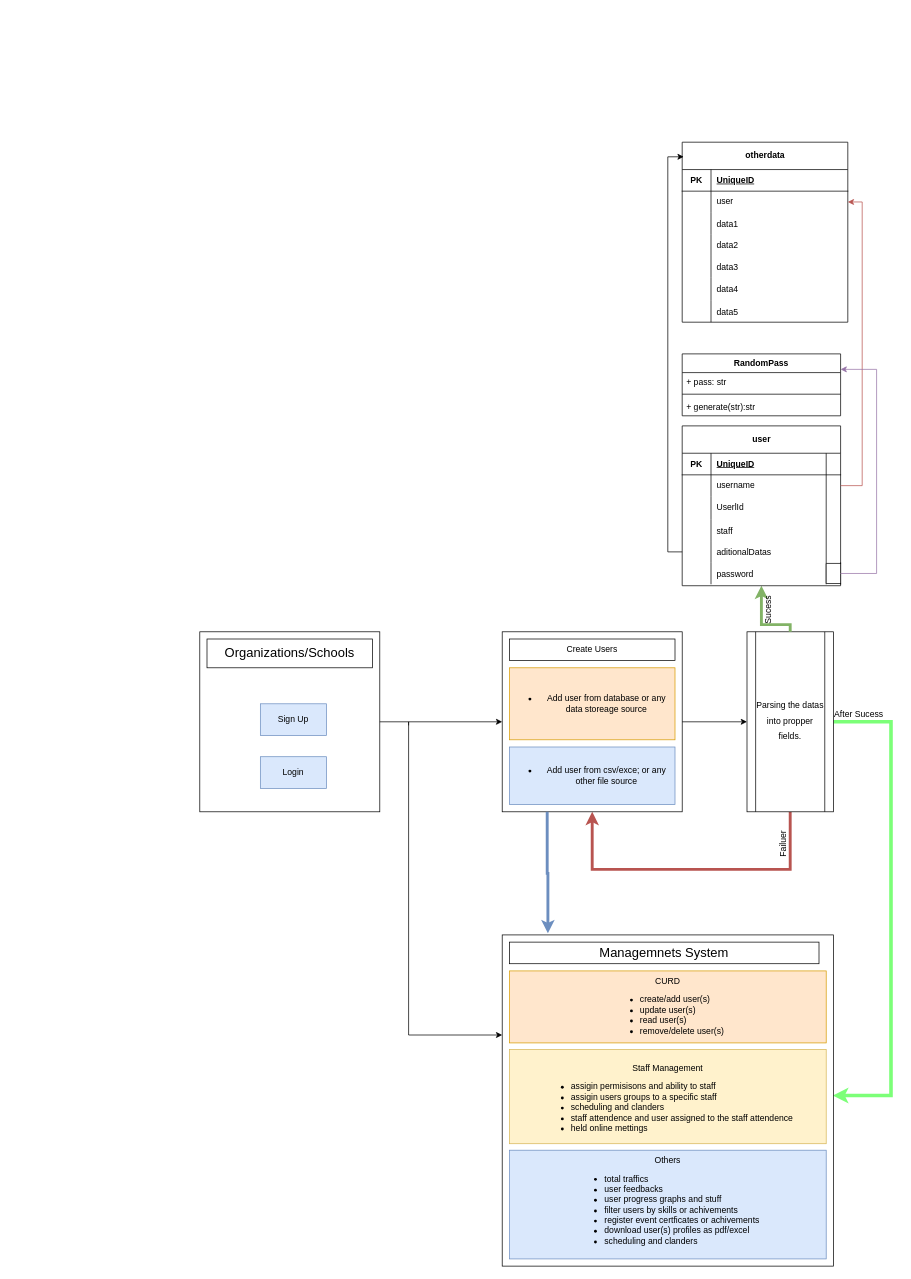
The draw.io diagram design_images/Untitled Diagram.drawio in leyuskckiran1510/SMFS, before the edit. Source tidied: cells renumbered, new cells numbered last; positions are measured from the earlier drawing's top-left corner, leaving out a move shared by most shapes. Both pictures are drawn from the tidied source at 72%, with x=0, y=0 at pixel (199, 142).
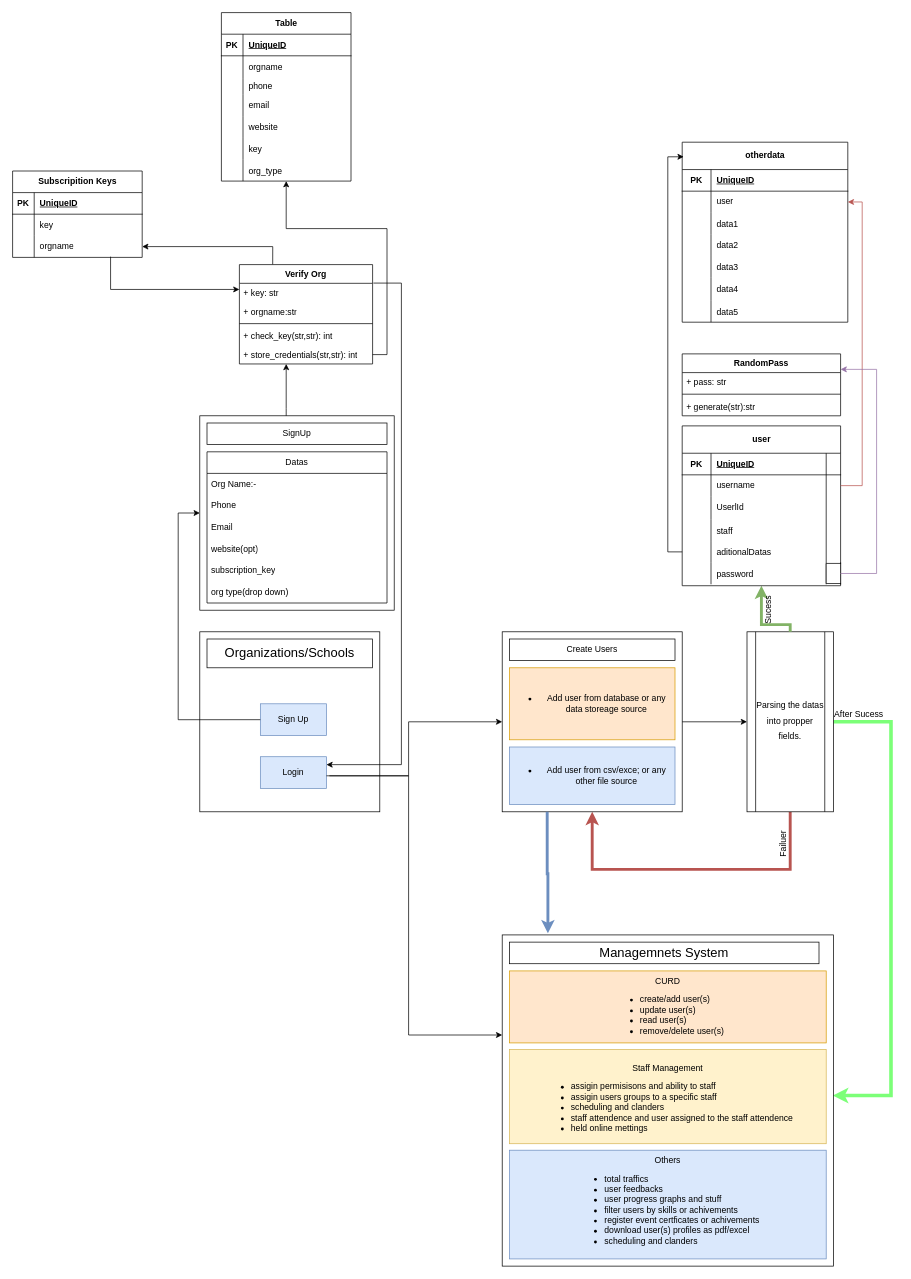
After the change.

The change refers to these unchanged cells:
```xml
<mxCell id="3" value="&lt;font style=&quot;font-size: 20px;&quot;&gt;&lt;br&gt;&lt;/font&gt;" style="whiteSpace=wrap;html=1;" parent="2" vertex="1">
  <mxGeometry width="250" height="250" as="geometry" />
</mxCell>
<mxCell id="5" value="Login" style="rounded=0;whiteSpace=wrap;html=1;fillColor=#dae8fc;strokeColor=#6c8ebf;" parent="4" vertex="1">
  <mxGeometry y="73.5" width="91.8" height="44.1" as="geometry" />
</mxCell>
<mxCell id="6" value="Sign Up" style="rounded=0;whiteSpace=wrap;html=1;fillColor=#dae8fc;strokeColor=#6c8ebf;" parent="4" vertex="1">
  <mxGeometry width="91.8" height="44.1" as="geometry" />
</mxCell>
<mxCell id="12" value="&lt;br&gt;" style="whiteSpace=wrap;html=1;" parent="11" vertex="1">
  <mxGeometry width="250" height="250" as="geometry" />
</mxCell>
<mxCell id="73" value="&lt;br&gt;" style="whiteSpace=wrap;html=1;" parent="72" vertex="1">
  <mxGeometry width="460" height="460" as="geometry" />
</mxCell>
```

The edit, as a diff of the source:
```diff
@@
-    <mxCell id="70" style="edgeStyle=orthogonalEdgeStyle;rounded=0;jettySize=auto;html=1;entryX=0;entryY=0.5;entryDx=0;entryDy=0;" parent="1" edge="1" target="12">
+    <mxCell id="70" style="edgeStyle=orthogonalEdgeStyle;rounded=0;jettySize=auto;html=1;entryX=0;entryY=0.5;entryDx=0;entryDy=0;" parent="1" edge="1" source="5" target="12">
       <mxGeometry relative="1" as="geometry">
-        <mxPoint x="290" y="810" as="sourcePoint" />
         <Array as="points">
+          <mxPoint x="290" y="880" />
           <mxPoint x="290" y="805" />
         </Array>
       </mxGeometry>
     </mxCell>
-    <mxCell id="71" style="edgeStyle=orthogonalEdgeStyle;rounded=0;jettySize=auto;html=1;" parent="1" edge="1" source="3">
+    <mxCell id="71" style="edgeStyle=orthogonalEdgeStyle;rounded=0;orthogonalLoop=1;jettySize=auto;html=1;" parent="1" edge="1">
       <mxGeometry relative="1" as="geometry">
+        <mxPoint x="180" y="880" as="sourcePoint" />
         <mxPoint x="420" y="1240" as="targetPoint" />
         <Array as="points">
-          <mxPoint x="290" y="805" />
+          <mxPoint x="290" y="880" />
           <mxPoint x="290" y="1240" />
         </Array>
       </mxGeometry>
     </mxCell>
@@
     <mxCell id="80" style="edgeStyle=orthogonalEdgeStyle;rounded=0;jettySize=auto;html=1;exitX=0.25;exitY=1;exitDx=0;exitDy=0;entryX=0.138;entryY=-0.005;entryDx=0;entryDy=0;entryPerimeter=0;strokeWidth=4;fillColor=#dae8fc;strokeColor=#6c8ebf;" parent="1" edge="1" source="12" target="73">
-      <mxGeometry relative="1" as="geometry" />
+      <mxGeometry relative="1" as="geometry">
+        <Array as="points">
+          <mxPoint x="483" y="1016" />
+          <mxPoint x="484" y="1016" />
+        </Array>
+      </mxGeometry>
     </mxCell>
+    <mxCell id="81" style="group;" parent="1" vertex="1">
+      <mxGeometry y="380" width="270" height="270" as="geometry" />
+    </mxCell>
+    <mxCell id="82" value="&lt;br&gt;" style="whiteSpace=wrap;html=1;" parent="81" vertex="1">
+      <mxGeometry width="270" height="270" as="geometry" />
+    </mxCell>
+    <mxCell id="83" value="SignUp" style="rounded=0;whiteSpace=wrap;html=1;" parent="81" vertex="1">
+      <mxGeometry x="10" y="10" width="250" height="30" as="geometry" />
+    </mxCell>
+    <mxCell id="84" style="edgeStyle=orthogonalEdgeStyle;rounded=0;orthogonalLoop=1;jettySize=auto;html=1;exitX=0.5;exitY=1;exitDx=0;exitDy=0;" parent="81" edge="1" source="83" target="83">
+      <mxGeometry relative="1" as="geometry" />
+    </mxCell>
+    <mxCell id="85" value="Datas" style="swimlane;fontStyle=0;horizontal=1;startSize=30;whiteSpace=wrap;html=1;" parent="81" vertex="1">
+      <mxGeometry x="10" y="50" width="250" height="210" as="geometry" />
+    </mxCell>
+    <mxCell id="86" value="Org Name:-" style="text;strokeColor=none;fillColor=none;align=left;verticalAlign=middle;spacingLeft=4;spacingRight=4;overflow=hidden;whiteSpace=wrap;html=1;" parent="85" vertex="1">
+      <mxGeometry y="30" width="250" height="30" as="geometry" />
+    </mxCell>
+    <mxCell id="87" value="Phone" style="text;strokeColor=none;fillColor=none;align=left;verticalAlign=middle;spacingLeft=4;spacingRight=4;overflow=hidden;whiteSpace=wrap;html=1;" parent="85" vertex="1">
+      <mxGeometry y="60" width="250" height="30" as="geometry" />
+    </mxCell>
+    <mxCell id="88" value="Email" style="text;strokeColor=none;fillColor=none;align=left;verticalAlign=middle;spacingLeft=4;spacingRight=4;overflow=hidden;whiteSpace=wrap;html=1;" parent="85" vertex="1">
+      <mxGeometry y="90" width="250" height="30" as="geometry" />
+    </mxCell>
+    <mxCell id="89" value="website(opt)" style="text;strokeColor=none;fillColor=none;align=left;verticalAlign=middle;spacingLeft=4;spacingRight=4;overflow=hidden;whiteSpace=wrap;html=1;" parent="85" vertex="1">
+      <mxGeometry y="120" width="250" height="30" as="geometry" />
+    </mxCell>
+    <mxCell id="90" value="subscription_key" style="text;strokeColor=none;fillColor=none;align=left;verticalAlign=middle;spacingLeft=4;spacingRight=4;overflow=hidden;whiteSpace=wrap;html=1;" parent="85" vertex="1">
+      <mxGeometry y="150" width="250" height="30" as="geometry" />
+    </mxCell>
+    <mxCell id="91" value="org type(drop down)" style="text;strokeColor=none;fillColor=none;align=left;verticalAlign=middle;spacingLeft=4;spacingRight=4;overflow=hidden;whiteSpace=wrap;html=1;" parent="85" vertex="1">
+      <mxGeometry y="180" width="250" height="30" as="geometry" />
+    </mxCell>
+    <mxCell id="92" style="edgeStyle=orthogonalEdgeStyle;rounded=0;jettySize=auto;html=1;exitX=0;exitY=0.5;exitDx=0;exitDy=0;" parent="1" edge="1" source="6" target="82">
+      <mxGeometry relative="1" as="geometry">
+        <Array as="points">
+          <mxPoint x="-30" y="802" />
+          <mxPoint x="-30" y="515" />
+        </Array>
+      </mxGeometry>
+    </mxCell>
+    <mxCell id="93" style="edgeStyle=orthogonalEdgeStyle;rounded=0;jettySize=auto;html=1;exitX=1.006;exitY=0.186;exitDx=0;exitDy=0;entryX=1;entryY=0.25;entryDx=0;entryDy=0;exitPerimeter=0;" parent="1" edge="1" source="117" target="5">
+      <mxGeometry relative="1" as="geometry">
+        <Array as="points">
+          <mxPoint x="280" y="196" />
+          <mxPoint x="280" y="865" />
+        </Array>
+      </mxGeometry>
+    </mxCell>
+    <mxCell id="94" value="Table" style="shape=table;startSize=30;childLayout=tableLayout;rowLines=0;fontStyle=1;align=center;html=1;" parent="1" vertex="1">
+      <mxGeometry x="30" y="-180" width="180" height="234" as="geometry" />
+    </mxCell>
+    <mxCell id="95" style="shape=tableRow;horizontal=0;startSize=0;swimlaneHead=0;swimlaneBody=0;fillColor=none;top=0;left=0;right=0;bottom=1;" parent="94" vertex="1">
+      <mxGeometry y="30" width="180" height="30" as="geometry" />
+    </mxCell>
+    <mxCell id="96" value="PK" style="shape=partialRectangle;fillColor=none;top=0;left=0;bottom=0;right=0;fontStyle=1;overflow=hidden;whiteSpace=wrap;html=1;" parent="95" vertex="1">
+      <mxGeometry width="30" height="30" as="geometry" />
+    </mxCell>
+    <mxCell id="97" value="UniqueID" style="shape=partialRectangle;fillColor=none;top=0;left=0;bottom=0;right=0;align=left;spacingLeft=6;fontStyle=5;overflow=hidden;whiteSpace=wrap;html=1;" parent="95" vertex="1">
+      <mxGeometry x="30" width="150" height="30" as="geometry" />
+    </mxCell>
+    <mxCell id="98" style="shape=tableRow;horizontal=0;startSize=0;swimlaneHead=0;swimlaneBody=0;fillColor=none;top=0;left=0;right=0;bottom=0;" parent="94" vertex="1">
+      <mxGeometry y="60" width="180" height="32" as="geometry" />
+    </mxCell>
+    <mxCell id="99" style="shape=partialRectangle;fillColor=none;top=0;left=0;bottom=0;right=0;overflow=hidden;whiteSpace=wrap;html=1;" parent="98" vertex="1">
+      <mxGeometry width="30" height="32" as="geometry" />
+    </mxCell>
+    <mxCell id="100" value="orgname" style="shape=partialRectangle;fillColor=none;top=0;left=0;bottom=0;right=0;align=left;spacingLeft=6;overflow=hidden;whiteSpace=wrap;html=1;" parent="98" vertex="1">
+      <mxGeometry x="30" width="150" height="32" as="geometry" />
+    </mxCell>
+    <mxCell id="101" style="shape=tableRow;horizontal=0;startSize=0;swimlaneHead=0;swimlaneBody=0;fillColor=none;top=0;left=0;right=0;bottom=0;" parent="94" vertex="1">
+      <mxGeometry y="92" width="180" height="22" as="geometry" />
+    </mxCell>
+    <mxCell id="102" style="shape=partialRectangle;fillColor=none;top=0;left=0;bottom=0;right=0;overflow=hidden;whiteSpace=wrap;html=1;" parent="101" vertex="1">
+      <mxGeometry width="30" height="22" as="geometry" />
+    </mxCell>
+    <mxCell id="103" value="phone&amp;nbsp;" style="shape=partialRectangle;fillColor=none;top=0;left=0;bottom=0;right=0;align=left;spacingLeft=6;overflow=hidden;whiteSpace=wrap;html=1;" parent="101" vertex="1">
+      <mxGeometry x="30" width="150" height="22" as="geometry" />
+    </mxCell>
+    <mxCell id="104" style="shape=tableRow;horizontal=0;startSize=0;swimlaneHead=0;swimlaneBody=0;fillColor=none;top=0;left=0;right=0;bottom=0;" parent="94" vertex="1">
+      <mxGeometry y="114" width="180" height="30" as="geometry" />
+    </mxCell>
+    <mxCell id="105" style="shape=partialRectangle;fillColor=none;top=0;left=0;bottom=0;right=0;overflow=hidden;whiteSpace=wrap;html=1;" parent="104" vertex="1">
+      <mxGeometry width="30" height="30" as="geometry" />
+    </mxCell>
+    <mxCell id="106" value="email" style="shape=partialRectangle;fillColor=none;top=0;left=0;bottom=0;right=0;align=left;spacingLeft=6;overflow=hidden;whiteSpace=wrap;html=1;" parent="104" vertex="1">
+      <mxGeometry x="30" width="150" height="30" as="geometry" />
+    </mxCell>
+    <mxCell id="107" style="shape=tableRow;horizontal=0;startSize=0;swimlaneHead=0;swimlaneBody=0;fillColor=none;top=0;left=0;right=0;bottom=0;" parent="94" vertex="1">
+      <mxGeometry y="144" width="180" height="30" as="geometry" />
+    </mxCell>
+    <mxCell id="108" style="shape=partialRectangle;fillColor=none;top=0;left=0;bottom=0;right=0;overflow=hidden;" parent="107" vertex="1">
+      <mxGeometry width="30" height="30" as="geometry" />
+    </mxCell>
+    <mxCell id="109" value="website" style="shape=partialRectangle;fillColor=none;top=0;left=0;bottom=0;right=0;align=left;spacingLeft=6;overflow=hidden;" parent="107" vertex="1">
+      <mxGeometry x="30" width="150" height="30" as="geometry" />
+    </mxCell>
+    <mxCell id="110" style="shape=tableRow;horizontal=0;startSize=0;swimlaneHead=0;swimlaneBody=0;fillColor=none;top=0;left=0;right=0;bottom=0;" parent="94" vertex="1">
+      <mxGeometry y="174" width="180" height="30" as="geometry" />
+    </mxCell>
+    <mxCell id="111" style="shape=partialRectangle;fillColor=none;top=0;left=0;bottom=0;right=0;overflow=hidden;" parent="110" vertex="1">
+      <mxGeometry width="30" height="30" as="geometry" />
+    </mxCell>
+    <mxCell id="112" value="key" style="shape=partialRectangle;fillColor=none;top=0;left=0;bottom=0;right=0;align=left;spacingLeft=6;overflow=hidden;" parent="110" vertex="1">
+      <mxGeometry x="30" width="150" height="30" as="geometry" />
+    </mxCell>
+    <mxCell id="113" style="shape=tableRow;horizontal=0;startSize=0;swimlaneHead=0;swimlaneBody=0;fillColor=none;top=0;left=0;right=0;bottom=0;" parent="94" vertex="1">
+      <mxGeometry y="204" width="180" height="30" as="geometry" />
+    </mxCell>
+    <mxCell id="114" style="shape=partialRectangle;fillColor=none;top=0;left=0;bottom=0;right=0;overflow=hidden;" parent="113" vertex="1">
+      <mxGeometry width="30" height="30" as="geometry" />
+    </mxCell>
+    <mxCell id="115" value="org_type" style="shape=partialRectangle;fillColor=none;top=0;left=0;bottom=0;right=0;align=left;spacingLeft=6;overflow=hidden;" parent="113" vertex="1">
+      <mxGeometry x="30" width="150" height="30" as="geometry" />
+    </mxCell>
+    <mxCell id="116" style="edgeStyle=orthogonalEdgeStyle;rounded=0;jettySize=auto;html=1;exitX=0.25;exitY=0;exitDx=0;exitDy=0;" parent="1" edge="1" source="117" target="132">
+      <mxGeometry relative="1" as="geometry" />
+    </mxCell>
+    <mxCell id="117" value="Verify Org" style="swimlane;fontStyle=1;align=center;verticalAlign=top;horizontal=1;startSize=26;whiteSpace=wrap;html=1;" parent="1" vertex="1">
+      <mxGeometry x="55" y="170" width="185" height="138" as="geometry" />
+    </mxCell>
+    <mxCell id="118" value="+ key: str" style="text;strokeColor=none;fillColor=none;align=left;verticalAlign=top;spacingLeft=4;spacingRight=4;overflow=hidden;whiteSpace=wrap;html=1;" parent="117" vertex="1">
+      <mxGeometry y="26" width="185" height="26" as="geometry" />
+    </mxCell>
+    <mxCell id="119" value="+ orgname:str" style="text;strokeColor=none;fillColor=none;align=left;verticalAlign=top;spacingLeft=4;spacingRight=4;overflow=hidden;whiteSpace=wrap;html=1;" parent="117" vertex="1">
+      <mxGeometry y="52" width="185" height="26" as="geometry" />
+    </mxCell>
+    <mxCell id="120" style="line;strokeWidth=1;fillColor=none;align=left;verticalAlign=middle;spacingTop=-1;spacingLeft=3;spacingRight=3;labelPosition=right;strokeColor=inherit;" parent="117" vertex="1">
+      <mxGeometry y="78" width="185" height="8" as="geometry" />
+    </mxCell>
+    <mxCell id="121" value="+ check_key(str,str): int" style="text;strokeColor=none;fillColor=none;align=left;verticalAlign=top;spacingLeft=4;spacingRight=4;overflow=hidden;whiteSpace=wrap;html=1;" parent="117" vertex="1">
+      <mxGeometry y="86" width="185" height="26" as="geometry" />
+    </mxCell>
+    <mxCell id="122" value="+ store_credentials(str,str): int" style="text;strokeColor=none;fillColor=none;align=left;verticalAlign=top;spacingLeft=4;spacingRight=4;overflow=hidden;points=[[0,0.5],[1,0.5]];portConstraint=eastwest;whiteSpace=wrap;html=1;" parent="117" vertex="1">
+      <mxGeometry y="112" width="185" height="26" as="geometry" />
+    </mxCell>
+    <mxCell id="123" style="edgeStyle=orthogonalEdgeStyle;rounded=0;jettySize=auto;html=1;" parent="1" edge="1" source="82" target="117">
+      <mxGeometry relative="1" as="geometry">
+        <Array as="points">
+          <mxPoint x="120" y="370" />
+          <mxPoint x="120" y="370" />
+        </Array>
+      </mxGeometry>
+    </mxCell>
+    <mxCell id="124" style="edgeStyle=orthogonalEdgeStyle;rounded=0;jettySize=auto;html=1;entryX=0;entryY=0.25;entryDx=0;entryDy=0;exitX=0.756;exitY=0.967;exitDx=0;exitDy=0;exitPerimeter=0;" parent="1" edge="1" source="132" target="117">
+      <mxGeometry relative="1" as="geometry" />
+    </mxCell>
+    <mxCell id="125" value="Subscripition Keys" style="shape=table;startSize=30;childLayout=tableLayout;rowLines=0;fontStyle=1;align=center;html=1;" parent="1" vertex="1">
+      <mxGeometry x="-260" y="40" width="180" height="120" as="geometry" />
+    </mxCell>
+    <mxCell id="126" style="shape=tableRow;horizontal=0;startSize=0;swimlaneHead=0;swimlaneBody=0;fillColor=none;top=0;left=0;right=0;bottom=1;" parent="125" vertex="1">
+      <mxGeometry y="30" width="180" height="30" as="geometry" />
+    </mxCell>
+    <mxCell id="127" value="PK" style="shape=partialRectangle;fillColor=none;top=0;left=0;bottom=0;right=0;fontStyle=1;overflow=hidden;whiteSpace=wrap;html=1;" parent="126" vertex="1">
+      <mxGeometry width="30" height="30" as="geometry" />
+    </mxCell>
+    <mxCell id="128" value="UniqueID" style="shape=partialRectangle;fillColor=none;top=0;left=0;bottom=0;right=0;align=left;spacingLeft=6;fontStyle=5;overflow=hidden;whiteSpace=wrap;html=1;" parent="126" vertex="1">
+      <mxGeometry x="30" width="150" height="30" as="geometry" />
+    </mxCell>
+    <mxCell id="129" style="shape=tableRow;horizontal=0;startSize=0;swimlaneHead=0;swimlaneBody=0;fillColor=none;top=0;left=0;right=0;bottom=0;" parent="125" vertex="1">
+      <mxGeometry y="60" width="180" height="30" as="geometry" />
+    </mxCell>
+    <mxCell id="130" style="shape=partialRectangle;fillColor=none;top=0;left=0;bottom=0;right=0;overflow=hidden;whiteSpace=wrap;html=1;" parent="129" vertex="1">
+      <mxGeometry width="30" height="30" as="geometry" />
+    </mxCell>
+    <mxCell id="131" value="key" style="shape=partialRectangle;fillColor=none;top=0;left=0;bottom=0;right=0;align=left;spacingLeft=6;overflow=hidden;whiteSpace=wrap;html=1;" parent="129" vertex="1">
+      <mxGeometry x="30" width="150" height="30" as="geometry" />
+    </mxCell>
+    <mxCell id="132" style="shape=tableRow;horizontal=0;startSize=0;swimlaneHead=0;swimlaneBody=0;fillColor=none;points=[[0,0.5],[1,0.5]];portConstraint=eastwest;top=0;left=0;right=0;bottom=0;" parent="125" vertex="1">
+      <mxGeometry y="90" width="180" height="30" as="geometry" />
+    </mxCell>
+    <mxCell id="133" style="shape=partialRectangle;fillColor=none;top=0;left=0;bottom=0;right=0;overflow=hidden;whiteSpace=wrap;html=1;" parent="132" vertex="1">
+      <mxGeometry width="30" height="30" as="geometry" />
+    </mxCell>
+    <mxCell id="134" value="orgname" style="shape=partialRectangle;fillColor=none;top=0;left=0;bottom=0;right=0;align=left;spacingLeft=6;overflow=hidden;whiteSpace=wrap;html=1;" parent="132" vertex="1">
+      <mxGeometry x="30" width="150" height="30" as="geometry" />
+    </mxCell>
+    <mxCell id="135" style="edgeStyle=orthogonalEdgeStyle;rounded=0;jettySize=auto;html=1;exitX=1;exitY=0.5;exitDx=0;exitDy=0;" parent="1" edge="1" source="122" target="94">
+      <mxGeometry relative="1" as="geometry">
+        <Array as="points">
+          <mxPoint x="260" y="295" />
+          <mxPoint x="260" y="120" />
+          <mxPoint x="120" y="120" />
+        </Array>
+      </mxGeometry>
+    </mxCell>
```
